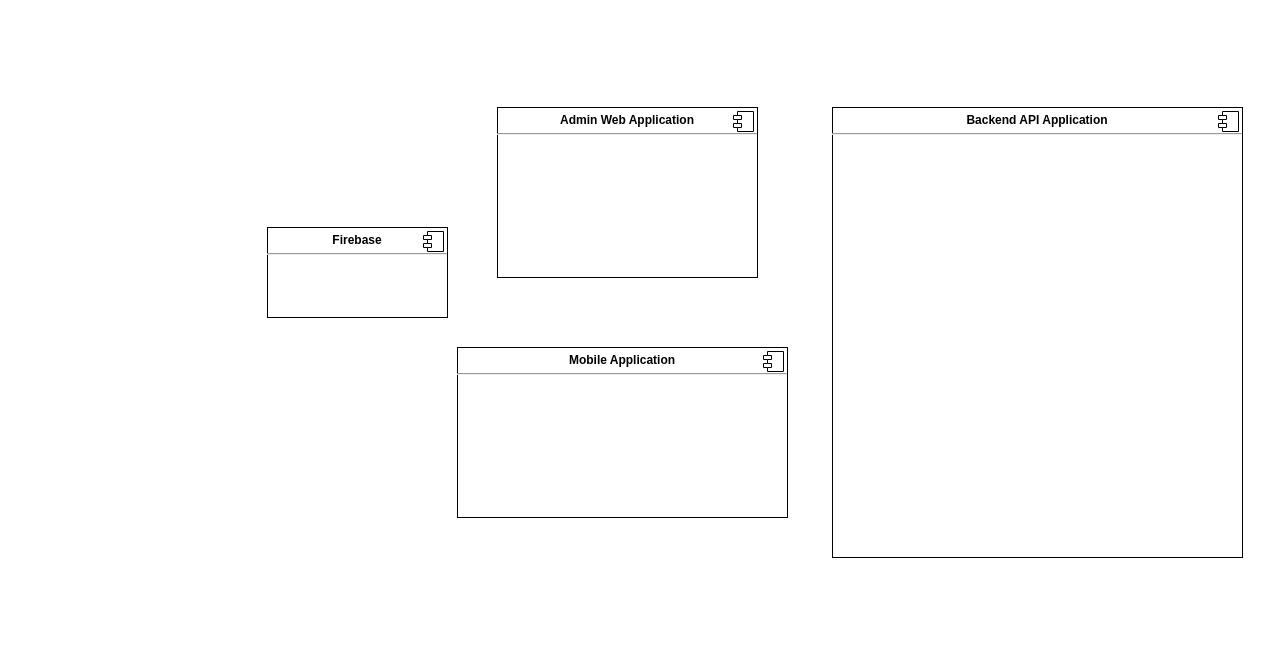
datndse63093/Capstone_JS_Spring2020_FE_Doc keeps this draw.io diagram as Document/Diagram/Component Diagram.drawio. Above is the earlier version. Source tidied: cells renumbered, new cells numbered last; positions are measured from the earlier drawing's top-left corner, leaving out a move shared by most shapes. Both pictures are drawn from the tidied source at 100%, with x=0, y=0 at pixel (267, 107).
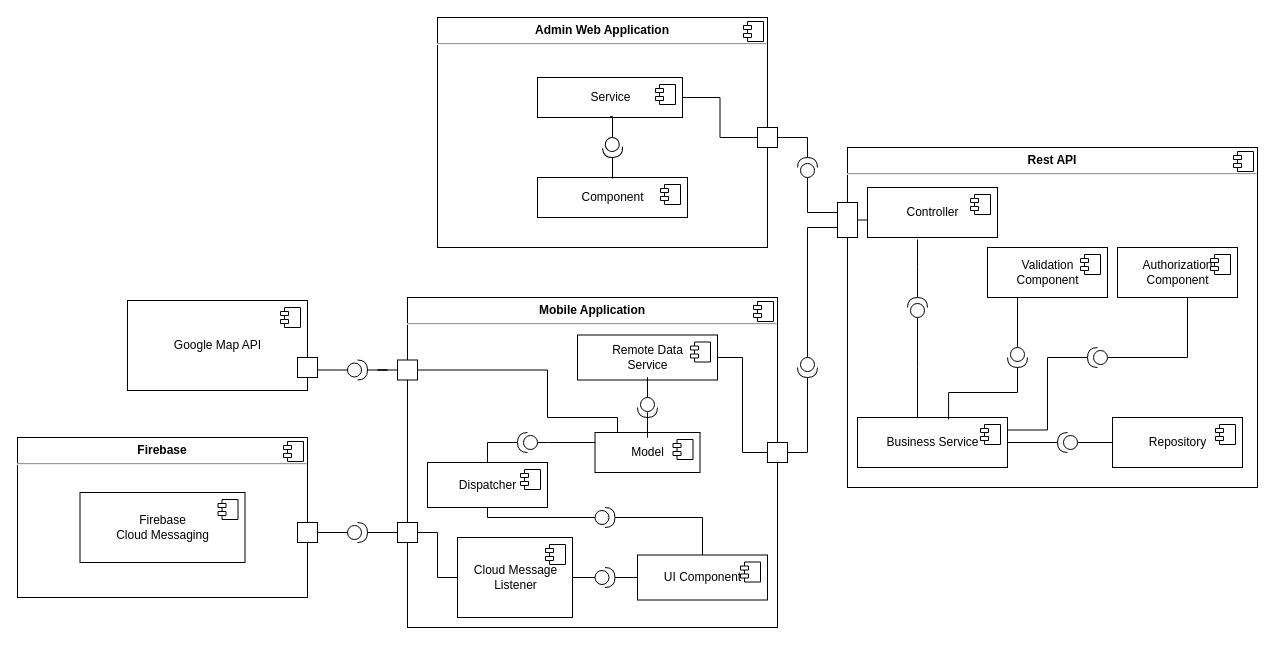
Above is the later version.

Diff of the diagram source:
```diff
@@
     <mxCell id="2" value="&lt;p style=&quot;margin: 0px ; margin-top: 6px ; text-align: center&quot;&gt;&lt;b&gt;Mobile Application&lt;br&gt;&lt;/b&gt;&lt;/p&gt;&lt;hr&gt;&lt;p style=&quot;margin: 0px ; margin-left: 8px&quot;&gt;&lt;br&gt;&lt;/p&gt;" style="align=left;overflow=fill;html=1;" parent="1" vertex="1">
-      <mxGeometry x="190" y="240" width="330" height="170" as="geometry" />
+      <mxGeometry x="140" y="190" width="370" height="330" as="geometry" />
     </mxCell>
@@
     <mxCell id="4" value="&lt;p style=&quot;margin: 0px ; margin-top: 6px ; text-align: center&quot;&gt;&lt;b&gt;Firebase&lt;br&gt;&lt;/b&gt;&lt;/p&gt;&lt;hr&gt;&lt;p style=&quot;margin: 0px ; margin-left: 8px&quot;&gt;&lt;br&gt;&lt;/p&gt;" style="align=left;overflow=fill;html=1;" parent="1" vertex="1">
-      <mxGeometry y="120" width="180" height="90" as="geometry" />
+      <mxGeometry x="-250" y="330" width="290" height="160" as="geometry" />
     </mxCell>
@@
-    <mxCell id="6" value="&lt;p style=&quot;margin: 0px ; margin-top: 6px ; text-align: center&quot;&gt;&lt;b&gt;Backend API Application&lt;/b&gt;&lt;br&gt;&lt;/p&gt;&lt;hr&gt;&lt;p style=&quot;margin: 0px ; margin-left: 8px&quot;&gt;&lt;br&gt;&lt;/p&gt;" style="align=left;overflow=fill;html=1;" parent="1" vertex="1">
-      <mxGeometry x="565" width="410" height="450" as="geometry" />
+    <mxCell id="6" value="&lt;p style=&quot;margin: 0px ; margin-top: 6px ; text-align: center&quot;&gt;&lt;b&gt;Rest API&lt;/b&gt;&lt;br&gt;&lt;/p&gt;&lt;hr&gt;&lt;p style=&quot;margin: 0px ; margin-left: 8px&quot;&gt;&lt;br&gt;&lt;/p&gt;" style="align=left;overflow=fill;html=1;" parent="1" vertex="1">
+      <mxGeometry x="580" y="40" width="410" height="340" as="geometry" />
     </mxCell>
@@
     <mxCell id="8" value="&lt;p style=&quot;margin: 0px ; margin-top: 6px ; text-align: center&quot;&gt;&lt;b&gt;Admin Web Application&lt;/b&gt;&lt;br&gt;&lt;/p&gt;&lt;hr&gt;&lt;p style=&quot;margin: 0px ; margin-left: 8px&quot;&gt;&lt;br&gt;&lt;/p&gt;" style="align=left;overflow=fill;html=1;" parent="1" vertex="1">
-      <mxGeometry x="230" width="260" height="170" as="geometry" />
+      <mxGeometry x="170" y="-90" width="330" height="230" as="geometry" />
     </mxCell>
@@
+    <mxCell id="10" value="Controller" style="html=1;" parent="1" vertex="1">
+      <mxGeometry x="600" y="80" width="130" height="50" as="geometry" />
+    </mxCell>
+    <mxCell id="11" style="shape=component;jettyWidth=8;jettyHeight=4;" parent="10" vertex="1">
+      <mxGeometry x="1" width="20" height="20" relative="1" as="geometry">
+        <mxPoint x="-27" y="7" as="offset" />
+      </mxGeometry>
+    </mxCell>
+    <mxCell id="12" value="Business Service" style="html=1;" parent="1" vertex="1">
+      <mxGeometry x="590" y="310" width="150" height="50" as="geometry" />
+    </mxCell>
+    <mxCell id="13" style="shape=component;jettyWidth=8;jettyHeight=4;" parent="12" vertex="1">
+      <mxGeometry x="1" width="20" height="20" relative="1" as="geometry">
+        <mxPoint x="-27" y="7" as="offset" />
+      </mxGeometry>
+    </mxCell>
+    <mxCell id="14" value="Authorization &lt;br&gt;Component" style="html=1;" parent="1" vertex="1">
+      <mxGeometry x="850" y="140" width="120" height="50" as="geometry" />
+    </mxCell>
+    <mxCell id="15" style="shape=component;jettyWidth=8;jettyHeight=4;" parent="14" vertex="1">
+      <mxGeometry x="1" width="20" height="20" relative="1" as="geometry">
+        <mxPoint x="-27" y="7" as="offset" />
+      </mxGeometry>
+    </mxCell>
+    <mxCell id="16" value="Repository" style="html=1;" parent="1" vertex="1">
+      <mxGeometry x="845" y="310" width="130" height="50" as="geometry" />
+    </mxCell>
+    <mxCell id="17" style="shape=component;jettyWidth=8;jettyHeight=4;" parent="16" vertex="1">
+      <mxGeometry x="1" width="20" height="20" relative="1" as="geometry">
+        <mxPoint x="-27" y="7" as="offset" />
+      </mxGeometry>
+    </mxCell>
+    <mxCell id="18" value="Validation &lt;br&gt;Component" style="html=1;" parent="1" vertex="1">
+      <mxGeometry x="720" y="140" width="120" height="50" as="geometry" />
+    </mxCell>
+    <mxCell id="19" style="shape=component;jettyWidth=8;jettyHeight=4;" parent="18" vertex="1">
+      <mxGeometry x="1" width="20" height="20" relative="1" as="geometry">
+        <mxPoint x="-27" y="7" as="offset" />
+      </mxGeometry>
+    </mxCell>
+    <mxCell id="20" style="edgeStyle=orthogonalEdgeStyle;rounded=0;jettySize=auto;html=1;entryX=1;entryY=0.5;entryDx=0;entryDy=0;endArrow=none;endFill=0;" parent="1" edge="1" source="22" target="12">
+      <mxGeometry relative="1" as="geometry" />
+    </mxCell>
+    <mxCell id="21" style="edgeStyle=orthogonalEdgeStyle;rounded=0;jettySize=auto;html=1;entryX=0;entryY=0.5;entryDx=0;entryDy=0;endArrow=none;endFill=0;" parent="1" edge="1" source="22" target="16">
+      <mxGeometry relative="1" as="geometry" />
+    </mxCell>
+    <mxCell id="22" style="shape=providedRequiredInterface;html=1;verticalLabelPosition=bottom;strokeColor=#000000;rotation=-180;" parent="1" vertex="1">
+      <mxGeometry x="790" y="325" width="20" height="20" as="geometry" />
+    </mxCell>
+    <mxCell id="23" style="edgeStyle=orthogonalEdgeStyle;rounded=0;jettySize=auto;html=1;entryX=0.607;entryY=0.04;entryDx=0;entryDy=0;entryPerimeter=0;endArrow=none;endFill=0;" parent="1" edge="1" source="25" target="12">
+      <mxGeometry relative="1" as="geometry" />
+    </mxCell>
+    <mxCell id="24" style="edgeStyle=orthogonalEdgeStyle;rounded=0;jettySize=auto;html=1;entryX=0.25;entryY=1;entryDx=0;entryDy=0;endArrow=none;endFill=0;" parent="1" edge="1" source="25" target="18">
+      <mxGeometry relative="1" as="geometry" />
+    </mxCell>
+    <mxCell id="25" style="shape=providedRequiredInterface;html=1;verticalLabelPosition=bottom;strokeColor=#000000;rotation=90;" parent="1" vertex="1">
+      <mxGeometry x="740" y="240" width="20" height="20" as="geometry" />
+    </mxCell>
+    <mxCell id="26" style="edgeStyle=orthogonalEdgeStyle;rounded=0;jettySize=auto;html=1;entryX=1;entryY=0.25;entryDx=0;entryDy=0;endArrow=none;endFill=0;" parent="1" edge="1" source="28" target="12">
+      <mxGeometry relative="1" as="geometry" />
+    </mxCell>
+    <mxCell id="27" style="edgeStyle=orthogonalEdgeStyle;rounded=0;jettySize=auto;html=1;endArrow=none;endFill=0;" parent="1" edge="1" source="28" target="14">
+      <mxGeometry relative="1" as="geometry">
+        <Array as="points">
+          <mxPoint x="920" y="250" />
+        </Array>
+      </mxGeometry>
+    </mxCell>
+    <mxCell id="28" style="shape=providedRequiredInterface;html=1;verticalLabelPosition=bottom;strokeColor=#000000;rotation=-180;" parent="1" vertex="1">
+      <mxGeometry x="820" y="240" width="20" height="20" as="geometry" />
+    </mxCell>
+    <mxCell id="29" style="edgeStyle=orthogonalEdgeStyle;rounded=0;jettySize=auto;html=1;endArrow=none;endFill=0;" parent="1" edge="1" source="31">
+      <mxGeometry relative="1" as="geometry">
+        <mxPoint x="650" y="310" as="targetPoint" />
+      </mxGeometry>
+    </mxCell>
+    <mxCell id="30" style="edgeStyle=orthogonalEdgeStyle;rounded=0;jettySize=auto;html=1;entryX=0.385;entryY=1.04;entryDx=0;entryDy=0;entryPerimeter=0;endArrow=none;endFill=0;" parent="1" edge="1" source="31" target="10">
+      <mxGeometry relative="1" as="geometry" />
+    </mxCell>
+    <mxCell id="31" style="shape=providedRequiredInterface;html=1;verticalLabelPosition=bottom;strokeColor=#000000;rotation=-90;" parent="1" vertex="1">
+      <mxGeometry x="640" y="190" width="20" height="20" as="geometry" />
+    </mxCell>
+    <mxCell id="32" style="edgeStyle=orthogonalEdgeStyle;rounded=0;jettySize=auto;html=1;exitX=1;exitY=0.5;exitDx=0;exitDy=0;entryX=0;entryY=0.5;entryDx=0;entryDy=0;endArrow=none;endFill=0;" parent="1" edge="1" source="33" target="10">
+      <mxGeometry relative="1" as="geometry" />
+    </mxCell>
+    <mxCell id="33" style="rounded=0;whiteSpace=wrap;html=1;strokeColor=#000000;" parent="1" vertex="1">
+      <mxGeometry x="570" y="95" width="20" height="35" as="geometry" />
+    </mxCell>
+    <mxCell id="34" style="rounded=0;whiteSpace=wrap;html=1;strokeColor=#000000;" parent="1" vertex="1">
+      <mxGeometry x="500" y="335" width="20" height="20" as="geometry" />
+    </mxCell>
+    <mxCell id="35" style="rounded=0;whiteSpace=wrap;html=1;strokeColor=#000000;" parent="1" vertex="1">
+      <mxGeometry x="490" y="20" width="20" height="20" as="geometry" />
+    </mxCell>
+    <mxCell id="36" style="edgeStyle=orthogonalEdgeStyle;rounded=0;jettySize=auto;html=1;exitX=0;exitY=0.5;exitDx=0;exitDy=0;exitPerimeter=0;entryX=0;entryY=1;entryDx=0;entryDy=0;endArrow=none;endFill=0;" parent="1" edge="1" source="38" target="33">
+      <mxGeometry relative="1" as="geometry">
+        <Array as="points">
+          <mxPoint x="540" y="120" />
+          <mxPoint x="570" y="120" />
+        </Array>
+      </mxGeometry>
+    </mxCell>
+    <mxCell id="37" style="edgeStyle=orthogonalEdgeStyle;rounded=0;jettySize=auto;html=1;exitX=1;exitY=0.5;exitDx=0;exitDy=0;exitPerimeter=0;entryX=1;entryY=0.5;entryDx=0;entryDy=0;endArrow=none;endFill=0;" parent="1" edge="1" source="38" target="34">
+      <mxGeometry relative="1" as="geometry" />
+    </mxCell>
+    <mxCell id="38" style="shape=providedRequiredInterface;html=1;verticalLabelPosition=bottom;strokeColor=#000000;rotation=90;" parent="1" vertex="1">
+      <mxGeometry x="530" y="250" width="20" height="20" as="geometry" />
+    </mxCell>
+    <mxCell id="39" style="edgeStyle=orthogonalEdgeStyle;rounded=0;jettySize=auto;html=1;endArrow=none;endFill=0;entryX=1;entryY=0.5;entryDx=0;entryDy=0;" parent="1" edge="1" source="41" target="35">
+      <mxGeometry relative="1" as="geometry">
+        <Array as="points">
+          <mxPoint x="540" y="30" />
+        </Array>
+      </mxGeometry>
+    </mxCell>
+    <mxCell id="40" style="edgeStyle=orthogonalEdgeStyle;rounded=0;jettySize=auto;html=1;exitX=0;exitY=0.5;exitDx=0;exitDy=0;exitPerimeter=0;entryX=0;entryY=0.75;entryDx=0;entryDy=0;endArrow=none;endFill=0;" parent="1" edge="1" source="41" target="33">
+      <mxGeometry relative="1" as="geometry">
+        <Array as="points">
+          <mxPoint x="540" y="105" />
+          <mxPoint x="570" y="105" />
+        </Array>
+      </mxGeometry>
+    </mxCell>
+    <mxCell id="41" style="shape=providedRequiredInterface;html=1;verticalLabelPosition=bottom;strokeColor=#000000;rotation=-90;" parent="1" vertex="1">
+      <mxGeometry x="530" y="50" width="20" height="20" as="geometry" />
+    </mxCell>
+    <mxCell id="42" value="Firebase &lt;br&gt;Cloud Messaging" style="html=1;strokeColor=#000000;" parent="1" vertex="1">
+      <mxGeometry x="-187.5" y="385" width="165" height="70" as="geometry" />
+    </mxCell>
+    <mxCell id="43" style="shape=component;jettyWidth=8;jettyHeight=4;" parent="42" vertex="1">
+      <mxGeometry x="1" width="20" height="20" relative="1" as="geometry">
+        <mxPoint x="-27" y="7" as="offset" />
+      </mxGeometry>
+    </mxCell>
+    <mxCell id="44" value="Cloud Message&lt;br&gt;Listener" style="html=1;strokeColor=#000000;" parent="1" vertex="1">
+      <mxGeometry x="190" y="430" width="115" height="80" as="geometry" />
+    </mxCell>
+    <mxCell id="45" style="shape=component;jettyWidth=8;jettyHeight=4;" parent="44" vertex="1">
+      <mxGeometry x="1" width="20" height="20" relative="1" as="geometry">
+        <mxPoint x="-27" y="7" as="offset" />
+      </mxGeometry>
+    </mxCell>
+    <mxCell id="46" style="edgeStyle=orthogonalEdgeStyle;rounded=0;jettySize=auto;html=1;exitX=1;exitY=0.5;exitDx=0;exitDy=0;entryX=0;entryY=0.5;entryDx=0;entryDy=0;endArrow=none;endFill=0;" parent="1" edge="1" source="47" target="34">
+      <mxGeometry relative="1" as="geometry" />
+    </mxCell>
+    <mxCell id="47" value="Remote Data &lt;br&gt;Service" style="html=1;strokeColor=#000000;" parent="1" vertex="1">
+      <mxGeometry x="310" y="227.5" width="140" height="45" as="geometry" />
+    </mxCell>
+    <mxCell id="48" style="shape=component;jettyWidth=8;jettyHeight=4;" parent="47" vertex="1">
+      <mxGeometry x="1" width="20" height="20" relative="1" as="geometry">
+        <mxPoint x="-27" y="7" as="offset" />
+      </mxGeometry>
+    </mxCell>
+    <mxCell id="49" value="UI Component" style="html=1;strokeColor=#000000;" parent="1" vertex="1">
+      <mxGeometry x="370" y="447.5" width="130" height="45" as="geometry" />
+    </mxCell>
+    <mxCell id="50" style="shape=component;jettyWidth=8;jettyHeight=4;" parent="49" vertex="1">
+      <mxGeometry x="1" width="20" height="20" relative="1" as="geometry">
+        <mxPoint x="-27" y="7" as="offset" />
+      </mxGeometry>
+    </mxCell>
+    <mxCell id="51" value="Model" style="html=1;strokeColor=#000000;" parent="1" vertex="1">
+      <mxGeometry x="327.5" y="325" width="105" height="40" as="geometry" />
+    </mxCell>
+    <mxCell id="52" style="shape=component;jettyWidth=8;jettyHeight=4;" parent="51" vertex="1">
+      <mxGeometry x="1" width="20" height="20" relative="1" as="geometry">
+        <mxPoint x="-27" y="7" as="offset" />
+      </mxGeometry>
+    </mxCell>
+    <mxCell id="53" style="edgeStyle=orthogonalEdgeStyle;rounded=0;jettySize=auto;html=1;endArrow=none;endFill=0;" parent="1" edge="1" source="54" target="44">
+      <mxGeometry relative="1" as="geometry" />
+    </mxCell>
+    <mxCell id="54" style="rounded=0;whiteSpace=wrap;html=1;strokeColor=#000000;" parent="1" vertex="1">
+      <mxGeometry x="130" y="415" width="20" height="20" as="geometry" />
+    </mxCell>
+    <mxCell id="55" style="rounded=0;whiteSpace=wrap;html=1;strokeColor=#000000;" parent="1" vertex="1">
+      <mxGeometry x="30" y="415" width="20" height="20" as="geometry" />
+    </mxCell>
+    <mxCell id="56" style="edgeStyle=orthogonalEdgeStyle;rounded=0;jettySize=auto;html=1;endArrow=none;endFill=0;" parent="1" edge="1" source="58" target="54">
+      <mxGeometry relative="1" as="geometry" />
+    </mxCell>
+    <mxCell id="57" style="edgeStyle=orthogonalEdgeStyle;rounded=0;jettySize=auto;html=1;endArrow=none;endFill=0;" parent="1" edge="1" source="58" target="55">
+      <mxGeometry relative="1" as="geometry" />
+    </mxCell>
+    <mxCell id="58" style="shape=providedRequiredInterface;html=1;verticalLabelPosition=bottom;strokeColor=#000000;" parent="1" vertex="1">
+      <mxGeometry x="80" y="415" width="20" height="20" as="geometry" />
+    </mxCell>
+    <mxCell id="59" style="edgeStyle=orthogonalEdgeStyle;rounded=0;jettySize=auto;html=1;endArrow=none;endFill=0;" parent="1" edge="1" source="61" target="49">
+      <mxGeometry relative="1" as="geometry" />
+    </mxCell>
+    <mxCell id="60" style="edgeStyle=orthogonalEdgeStyle;rounded=0;jettySize=auto;html=1;endArrow=none;endFill=0;" parent="1" edge="1" source="61" target="44">
+      <mxGeometry relative="1" as="geometry" />
+    </mxCell>
+    <mxCell id="61" style="shape=providedRequiredInterface;html=1;verticalLabelPosition=bottom;strokeColor=#000000;" parent="1" vertex="1">
+      <mxGeometry x="327.5" y="460" width="20" height="20" as="geometry" />
+    </mxCell>
+    <mxCell id="62" value="Dispatcher" style="html=1;strokeColor=#000000;" parent="1" vertex="1">
+      <mxGeometry x="160" y="355" width="120" height="45" as="geometry" />
+    </mxCell>
+    <mxCell id="63" style="shape=component;jettyWidth=8;jettyHeight=4;" parent="62" vertex="1">
+      <mxGeometry x="1" width="20" height="20" relative="1" as="geometry">
+        <mxPoint x="-27" y="7" as="offset" />
+      </mxGeometry>
+    </mxCell>
+    <mxCell id="64" style="edgeStyle=orthogonalEdgeStyle;rounded=0;jettySize=auto;html=1;endArrow=none;endFill=0;" parent="1" edge="1" source="66" target="49">
+      <mxGeometry relative="1" as="geometry" />
+    </mxCell>
+    <mxCell id="65" style="edgeStyle=orthogonalEdgeStyle;rounded=0;jettySize=auto;html=1;endArrow=none;endFill=0;" parent="1" edge="1" source="66" target="62">
+      <mxGeometry relative="1" as="geometry">
+        <Array as="points">
+          <mxPoint x="220" y="410" />
+        </Array>
+      </mxGeometry>
+    </mxCell>
+    <mxCell id="66" style="shape=providedRequiredInterface;html=1;verticalLabelPosition=bottom;strokeColor=#000000;" parent="1" vertex="1">
+      <mxGeometry x="327.5" y="400" width="20" height="20" as="geometry" />
+    </mxCell>
+    <mxCell id="67" style="edgeStyle=orthogonalEdgeStyle;rounded=0;jettySize=auto;html=1;endArrow=none;endFill=0;" parent="1" edge="1" source="69" target="62">
+      <mxGeometry relative="1" as="geometry">
+        <Array as="points">
+          <mxPoint x="220" y="335" />
+        </Array>
+      </mxGeometry>
+    </mxCell>
+    <mxCell id="68" style="edgeStyle=orthogonalEdgeStyle;rounded=0;jettySize=auto;html=1;exitX=0;exitY=0.5;exitDx=0;exitDy=0;exitPerimeter=0;entryX=0;entryY=0.25;entryDx=0;entryDy=0;endArrow=none;endFill=0;" parent="1" edge="1" source="69" target="51">
+      <mxGeometry relative="1" as="geometry">
+        <Array as="points">
+          <mxPoint x="280" y="335" />
+          <mxPoint x="280" y="335" />
+        </Array>
+      </mxGeometry>
+    </mxCell>
+    <mxCell id="69" style="shape=providedRequiredInterface;html=1;verticalLabelPosition=bottom;strokeColor=#000000;rotation=-180;" parent="1" vertex="1">
+      <mxGeometry x="250" y="325" width="20" height="20" as="geometry" />
+    </mxCell>
+    <mxCell id="70" style="edgeStyle=orthogonalEdgeStyle;rounded=0;orthogonalLoop=1;jettySize=auto;html=1;exitX=0.5;exitY=1;exitDx=0;exitDy=0;endArrow=none;endFill=0;" parent="1" edge="1" source="51" target="51">
+      <mxGeometry relative="1" as="geometry" />
+    </mxCell>
+    <mxCell id="71" style="edgeStyle=orthogonalEdgeStyle;rounded=0;jettySize=auto;html=1;endArrow=none;endFill=0;" parent="1" edge="1" source="73" target="51">
+      <mxGeometry relative="1" as="geometry" />
+    </mxCell>
+    <mxCell id="72" style="edgeStyle=orthogonalEdgeStyle;rounded=0;jettySize=auto;html=1;endArrow=none;endFill=0;" parent="1" edge="1" source="73" target="47">
+      <mxGeometry relative="1" as="geometry" />
+    </mxCell>
+    <mxCell id="73" style="shape=providedRequiredInterface;html=1;verticalLabelPosition=bottom;strokeColor=#000000;rotation=90;" parent="1" vertex="1">
+      <mxGeometry x="370" y="290" width="20" height="20" as="geometry" />
+    </mxCell>
+    <mxCell id="74" value="Component" style="html=1;strokeColor=#000000;" parent="1" vertex="1">
+      <mxGeometry x="270" y="70" width="150" height="40" as="geometry" />
+    </mxCell>
+    <mxCell id="75" style="shape=component;jettyWidth=8;jettyHeight=4;" parent="74" vertex="1">
+      <mxGeometry x="1" width="20" height="20" relative="1" as="geometry">
+        <mxPoint x="-27" y="7" as="offset" />
+      </mxGeometry>
+    </mxCell>
+    <mxCell id="76" style="edgeStyle=orthogonalEdgeStyle;rounded=0;jettySize=auto;html=1;exitX=1;exitY=0.5;exitDx=0;exitDy=0;entryX=0;entryY=0.5;entryDx=0;entryDy=0;endArrow=none;endFill=0;" parent="1" edge="1" source="77" target="35">
+      <mxGeometry relative="1" as="geometry" />
+    </mxCell>
+    <mxCell id="77" value="Service" style="html=1;strokeColor=#000000;" parent="1" vertex="1">
+      <mxGeometry x="270" y="-30" width="145" height="40" as="geometry" />
+    </mxCell>
+    <mxCell id="78" style="shape=component;jettyWidth=8;jettyHeight=4;" parent="77" vertex="1">
+      <mxGeometry x="1" width="20" height="20" relative="1" as="geometry">
+        <mxPoint x="-27" y="7" as="offset" />
+      </mxGeometry>
+    </mxCell>
+    <mxCell id="79" style="edgeStyle=orthogonalEdgeStyle;rounded=0;jettySize=auto;html=1;endArrow=none;endFill=0;" parent="1" edge="1" source="81" target="74">
+      <mxGeometry relative="1" as="geometry" />
+    </mxCell>
+    <mxCell id="80" style="edgeStyle=orthogonalEdgeStyle;rounded=0;jettySize=auto;html=1;endArrow=none;endFill=0;" parent="1" edge="1" source="81" target="77">
+      <mxGeometry relative="1" as="geometry" />
+    </mxCell>
+    <mxCell id="81" style="shape=providedRequiredInterface;html=1;verticalLabelPosition=bottom;strokeColor=#000000;rotation=85;" parent="1" vertex="1">
+      <mxGeometry x="335" y="30" width="20" height="20" as="geometry" />
+    </mxCell>
+    <mxCell id="82" style="edgeStyle=orthogonalEdgeStyle;rounded=0;jettySize=auto;html=1;exitX=1;exitY=0.5;exitDx=0;exitDy=0;endArrow=none;endFill=0;" parent="1" edge="1" source="83" target="51">
+      <mxGeometry relative="1" as="geometry">
+        <Array as="points">
+          <mxPoint x="280" y="263" />
+          <mxPoint x="280" y="310" />
+          <mxPoint x="350" y="310" />
+        </Array>
+      </mxGeometry>
+    </mxCell>
+    <mxCell id="83" style="rounded=0;whiteSpace=wrap;html=1;strokeColor=#000000;" parent="1" vertex="1">
+      <mxGeometry x="130" y="252.5" width="20" height="20" as="geometry" />
+    </mxCell>
+    <mxCell id="84" value="Google Map API" style="html=1;strokeColor=#000000;" parent="1" vertex="1">
+      <mxGeometry x="-140" y="193" width="180" height="90" as="geometry" />
+    </mxCell>
+    <mxCell id="85" style="shape=component;jettyWidth=8;jettyHeight=4;" parent="84" vertex="1">
+      <mxGeometry x="1" width="20" height="20" relative="1" as="geometry">
+        <mxPoint x="-27" y="7" as="offset" />
+      </mxGeometry>
+    </mxCell>
+    <mxCell id="86" style="edgeStyle=orthogonalEdgeStyle;rounded=0;jettySize=auto;html=1;entryX=0;entryY=0.5;entryDx=0;entryDy=0;entryPerimeter=0;endArrow=none;endFill=0;" parent="1" edge="1" source="87" target="89">
+      <mxGeometry relative="1" as="geometry">
+        <Array as="points">
+          <mxPoint x="70" y="263" />
+        </Array>
+      </mxGeometry>
+    </mxCell>
+    <mxCell id="87" style="rounded=0;whiteSpace=wrap;html=1;strokeColor=#000000;" parent="1" vertex="1">
+      <mxGeometry x="30" y="250" width="20" height="20" as="geometry" />
+    </mxCell>
+    <mxCell id="88" style="edgeStyle=orthogonalEdgeStyle;rounded=0;jettySize=auto;html=1;endArrow=none;endFill=0;" parent="1" edge="1" source="89" target="83">
+      <mxGeometry relative="1" as="geometry" />
+    </mxCell>
+    <mxCell id="89" style="shape=providedRequiredInterface;html=1;verticalLabelPosition=bottom;strokeColor=#000000;" parent="1" vertex="1">
+      <mxGeometry x="80" y="252.5" width="20" height="20" as="geometry" />
+    </mxCell>
```
